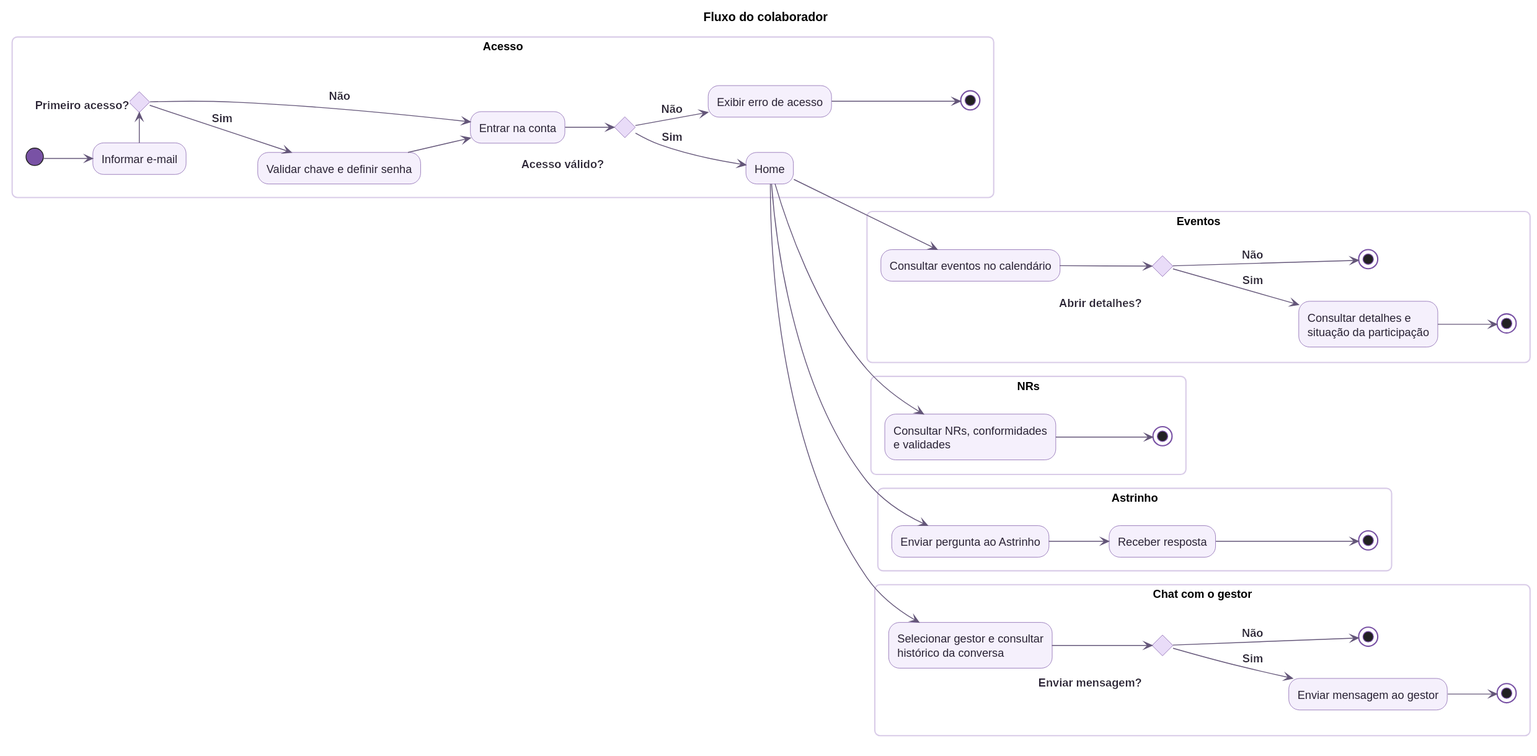
Earlier version of the PlantUML export diagrams/rendered/fluxo_colaborador.svg (Astro-Inter/astro-eqs-diagrams). Its diagram source:
```plantuml
@startuml
!pragma layout smetana
title Fluxo do colaborador
!include estilo.iuml
left to right direction
skinparam packageBorderColor #D9CCE8
skinparam nodesep 35
skinparam ranksep 55

partition "Acesso" {
  (*) --> "Informar e-mail" as email
  -right-> if "\n\n<back:white>Primeiro acesso?   </back>" then
    -->[<back:white>Sim</back>] "Validar chave e definir senha" as ativar
    --> "Entrar na conta" as login
  else
    -->[<back:white>Não</back>] login
  endif
  login --> if "\n\n<back:white>Acesso válido?   </back>" then
    -->[<back:white>Sim</back>] "Home" as home
  else
    -->[<back:white>Não</back>] "Exibir erro de acesso" as erro
    --> (*1)
  endif
}

partition "Eventos" {
  home --> "Consultar eventos no calendário" as eventos
  --> if "\n\n<back:white>Abrir detalhes?   </back>" then
    -->[<back:white>Sim</back>] "Consultar detalhes e\nsituação da participação" as detalhes
    --> (*2)
  else
    -->[<back:white>Não</back>] (*3)
  endif
}

partition "NRs" {
  home --> "Consultar NRs, conformidades\ne validades" as nrs
  --> (*4)
}

partition "Astrinho" {
  home --> "Enviar pergunta ao Astrinho" as pergunta
  --> "Receber resposta" as resposta
  --> (*5)
}

partition "Chat com o gestor" {
  home --> "Selecionar gestor e consultar\nhistórico da conversa" as contato
  --> if "\n\n<back:white>Enviar mensagem?   </back>" then
    -->[<back:white>Sim</back>] "Enviar mensagem ao gestor" as mensagem
    --> (*6)
  else
    -->[<back:white>Não</back>] (*7)
  endif
}
@enduml
```
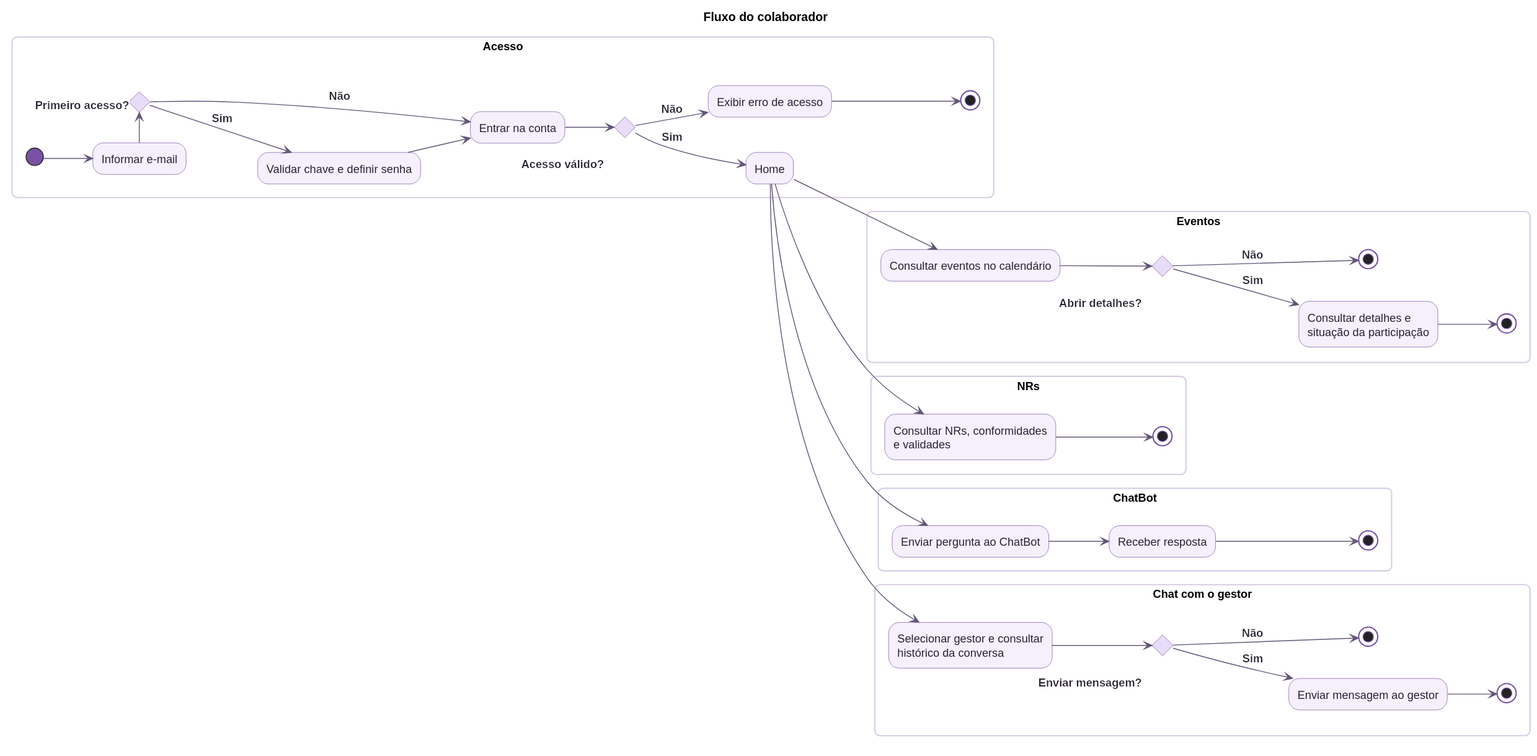
Later version of the same file.

Commit message:
docs(SCRUM-558): usar nome chatbot nos diagramas

Diff of the diagram source:
```diff
@@ -38,8 +38,8 @@
   --> (*4)
 }
 
-partition "Astrinho" {
-  home --> "Enviar pergunta ao Astrinho" as pergunta
+partition "ChatBot" {
+  home --> "Enviar pergunta ao ChatBot" as pergunta
   --> "Receber resposta" as resposta
   --> (*5)
 }
```
